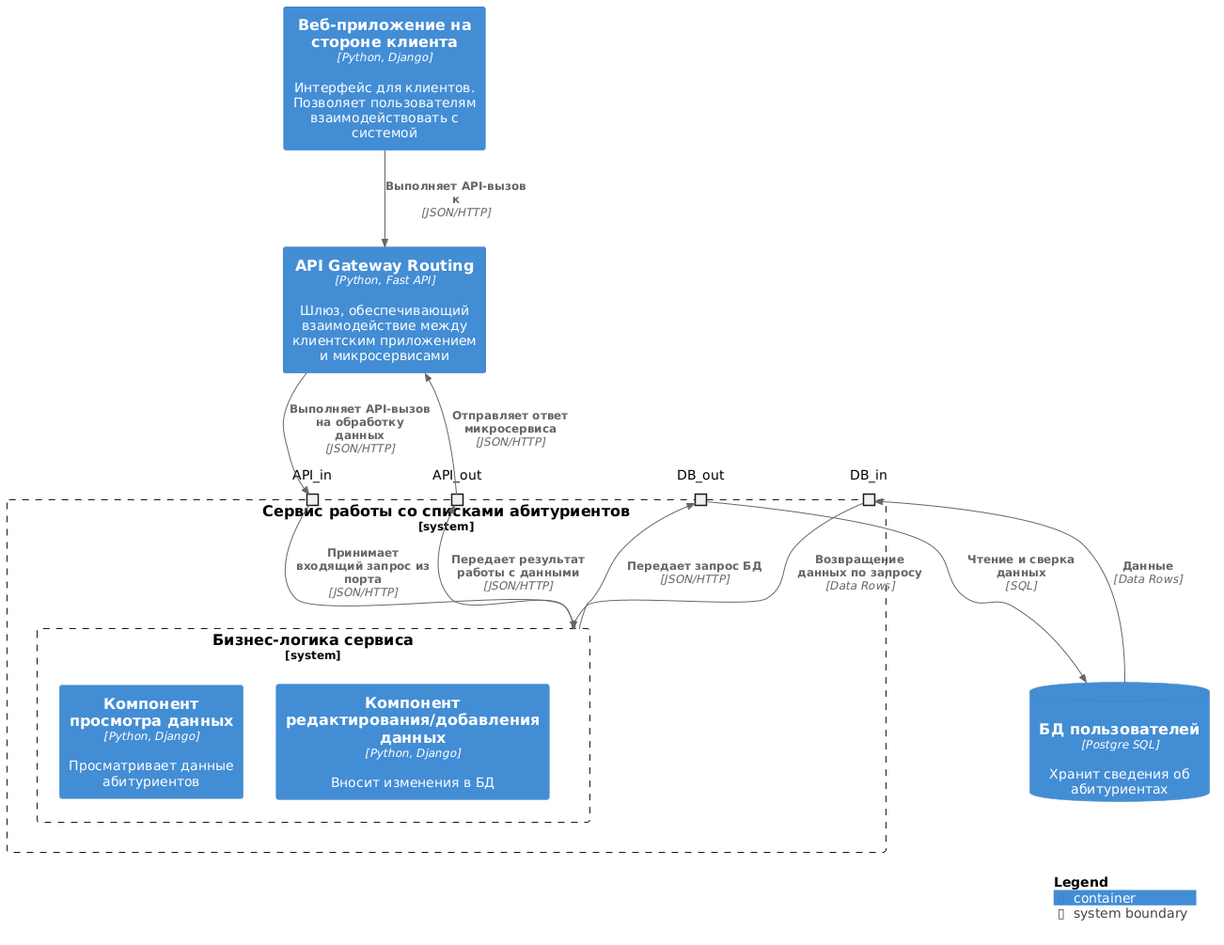
This is LabWork2/Images/ДКомп 02.png from pishnik212/SoftwareArchitecture, a PlantUML export, as it was before one commit. The source it was exported from:
```plantuml
@startuml
!include https://raw.githubusercontent.com/plantuml-stdlib/C4-PlantUML/master/C4_Container.puml

AddElementTag("microService", $shape=EightSidedShape(), $bgColor="CornflowerBlue", $fontColor="white", $legendText="micro service\neight sided")
AddElementTag("storage", $shape=RoundedBoxShape(), $bgColor="lightSkyBlue", $fontColor="white")



Container(clientWeb, "Веб-приложение на стороне клиента", "Python, Django", "Интерфейс для клиентов. Позволяет пользователям взаимодействовать с системой")
    Container(api, "API Gateway Routing", "Python, Fast API", "Шлюз, обеспечивающий взаимодействие между клиентским приложением и микросервисами")

System_Boundary(c1, "Сервис работы со списками абитуриентов") {
    port "API_out" as api_out
port "API_in" as api_in
port "DB_out" as db_out
port "DB_in" as db_in

System_Boundary(bl, "Бизнес-логика сервиса") {
    Container(msAuthentication,"Компонент просмотра данных", "Python, Django", "Просматривает данные абитуриентов")
Container(msAuthorization,"Компонент редактирования/добавления данных", "Python, Django", "Вносит изменения в БД")
}
}


    ContainerDb(dbUser, "БД пользователей", "Postgre SQL", "Хранит сведения об абитуриентах", $sprite="msql_server")

Rel_D(api_out , api, "Отправляет ответ микросервиса", "JSON/HTTP")
Rel_D(clientWeb, api, "Выполняет API-вызов к", "JSON/HTTP")

Rel_D(api, api_in, "Выполняет API-вызов на обработку данных", "JSON/HTTP")
Rel_D(api_in, bl, "Принимает входящий запрос из порта", "JSON/HTTP")

Rel_D(bl, api_out, "Передает результат работы с данными", "JSON/HTTP")
Rel_D(bl, db_out, "Передает запрос БД", "JSON/HTTP")
Rel_D(db_out, dbUser, "Чтение и сверка данных", "SQL")

Rel_Up(dbUser, db_in, "Данные", "Data Rows")
Rel_Up(db_in, bl, "Возвращение данных по запросу", "Data Rows")

SHOW_LEGEND()
@enduml
```
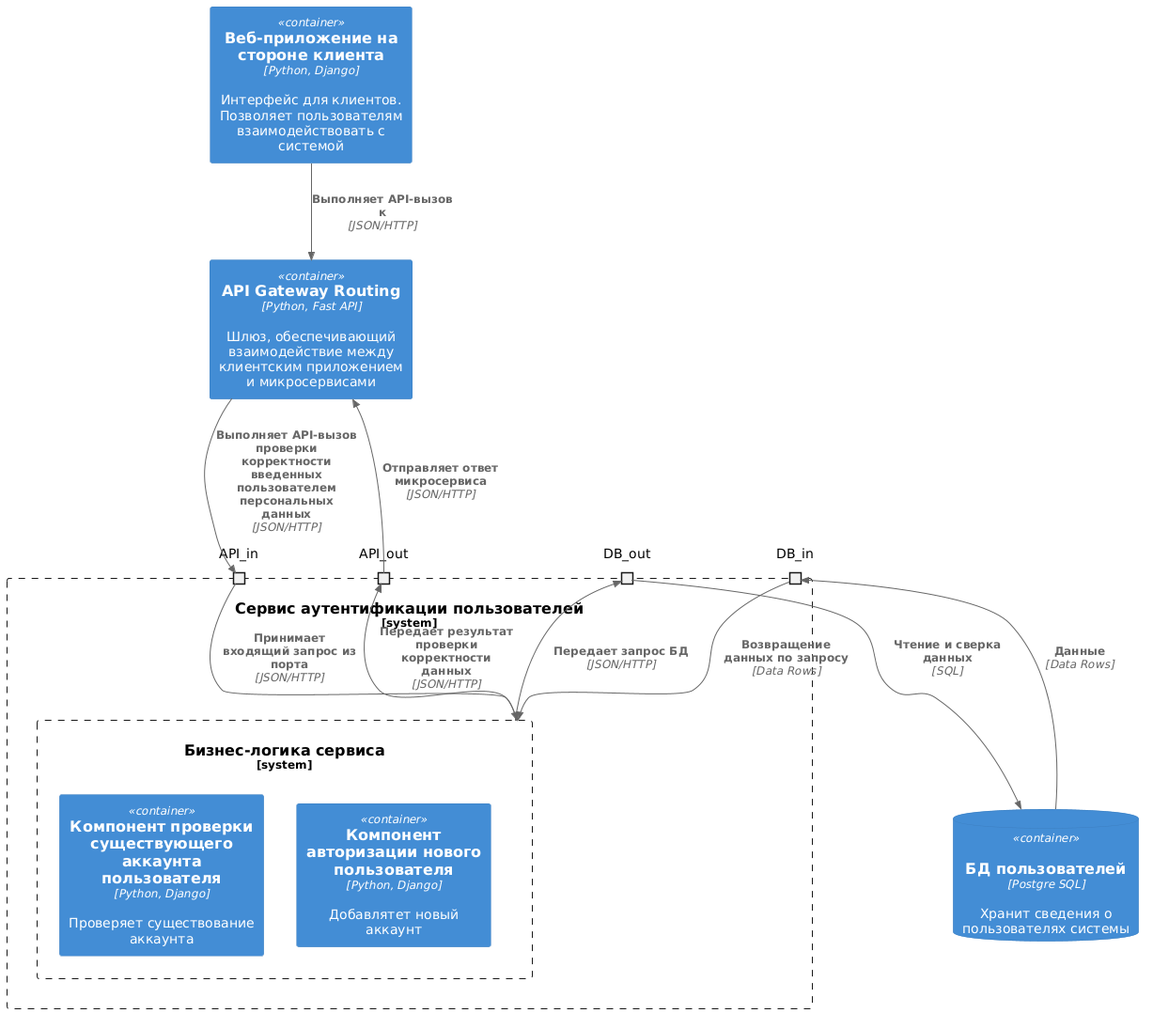
After the commit.

Change to the diagram source:
```diff
@@ -9,33 +9,31 @@
 Container(clientWeb, "Веб-приложение на стороне клиента", "Python, Django", "Интерфейс для клиентов. Позволяет пользователям взаимодействовать с системой")
     Container(api, "API Gateway Routing", "Python, Fast API", "Шлюз, обеспечивающий взаимодействие между клиентским приложением и микросервисами")
 
-System_Boundary(c1, "Сервис работы со списками абитуриентов") {
+System_Boundary(c1, "Сервис аутентификации пользователей") {
     port "API_out" as api_out
 port "API_in" as api_in
 port "DB_out" as db_out
 port "DB_in" as db_in
 
 System_Boundary(bl, "Бизнес-логика сервиса") {
-    Container(msAuthentication,"Компонент просмотра данных", "Python, Django", "Просматривает данные абитуриентов")
-Container(msAuthorization,"Компонент редактирования/добавления данных", "Python, Django", "Вносит изменения в БД")
+    Container(msAuthentication,"Компонент проверки существующего аккаунта пользователя", "Python, Django", "Проверяет существование аккаунта")
+Container(msAuthorization,"Компонент авторизации нового пользователя", "Python, Django", "Добавлятет новый аккаунт")
 }
 }
 
 
-    ContainerDb(dbUser, "БД пользователей", "Postgre SQL", "Хранит сведения об абитуриентах", $sprite="msql_server")
+    ContainerDb(dbUser, "БД пользователей", "Postgre SQL", "Хранит сведения о пользователях системы", $sprite="msql_server")
 
 Rel_D(api_out , api, "Отправляет ответ микросервиса", "JSON/HTTP")
 Rel_D(clientWeb, api, "Выполняет API-вызов к", "JSON/HTTP")
 
-Rel_D(api, api_in, "Выполняет API-вызов на обработку данных", "JSON/HTTP")
+Rel_D(api, api_in, "Выполняет API-вызов проверки корректности введенных пользователем персональных данных", "JSON/HTTP")
 Rel_D(api_in, bl, "Принимает входящий запрос из порта", "JSON/HTTP")
 
-Rel_D(bl, api_out, "Передает результат работы с данными", "JSON/HTTP")
+Rel_D(bl, api_out, "Передает результат проверки корректности данных", "JSON/HTTP")
 Rel_D(bl, db_out, "Передает запрос БД", "JSON/HTTP")
 Rel_D(db_out, dbUser, "Чтение и сверка данных", "SQL")
 
 Rel_Up(dbUser, db_in, "Данные", "Data Rows")
 Rel_Up(db_in, bl, "Возвращение данных по запросу", "Data Rows")
-
-SHOW_LEGEND()
 @enduml
```
